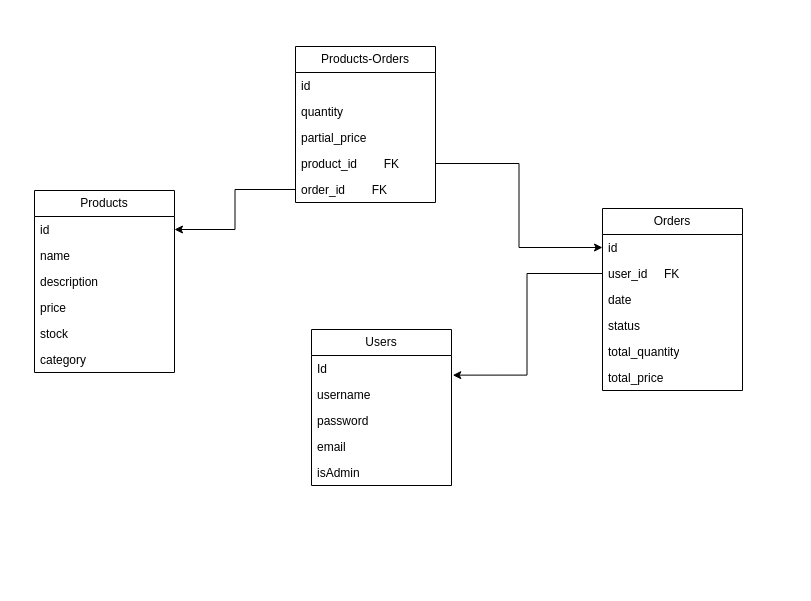
This is musistore.drawio from rodrigomero/java-sinc, a draw.io file, before an edit. Source tidied: cells renumbered, new cells numbered last; positions are measured from the earlier drawing's top-left corner, leaving out a move shared by most shapes. Both pictures are drawn from the tidied source at 100%, with x=0, y=0 at pixel (34, 46).
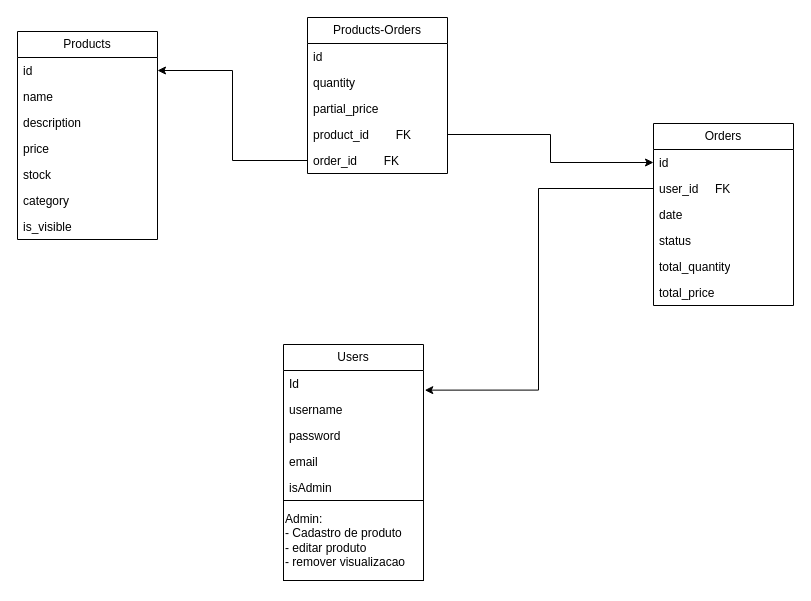
Above is the later version.

What changed in the source:
```diff
@@
     <mxCell id="2" value="Products" style="swimlane;fontStyle=0;horizontal=1;startSize=26;fillColor=none;whiteSpace=wrap;html=1;" parent="1" vertex="1">
-      <mxGeometry y="144" width="140" height="182" as="geometry" />
+      <mxGeometry x="-17" y="-15" width="140" height="208" as="geometry" />
     </mxCell>
@@
+    <mxCell id="31" value="&lt;div&gt;is_visible&lt;/div&gt;" style="text;strokeColor=none;fillColor=none;align=left;verticalAlign=top;spacingLeft=4;spacingRight=4;overflow=hidden;whiteSpace=wrap;html=1;" parent="2" vertex="1">
+      <mxGeometry y="182" width="140" height="26" as="geometry" />
+    </mxCell>
     <mxCell id="9" value="Orders" style="swimlane;fontStyle=0;horizontal=1;startSize=26;fillColor=none;whiteSpace=wrap;html=1;" parent="1" vertex="1">
-      <mxGeometry x="568" y="162" width="140" height="182" as="geometry" />
+      <mxGeometry x="619" y="77" width="140" height="182" as="geometry" />
     </mxCell>
@@
     <mxCell id="16" value="Users" style="swimlane;fontStyle=0;horizontal=1;startSize=26;fillColor=none;whiteSpace=wrap;html=1;" parent="1" vertex="1">
-      <mxGeometry x="277" y="283" width="140" height="156" as="geometry" />
+      <mxGeometry x="249" y="298" width="140" height="236" as="geometry" />
     </mxCell>
@@
+    <mxCell id="32" value="&lt;div&gt;&lt;br&gt;&lt;/div&gt;&lt;div&gt;Admin:&lt;/div&gt;- Cadastro de produto&lt;div&gt;- editar produto&lt;/div&gt;&lt;div&gt;- remover visualizacao&lt;/div&gt;&lt;div&gt;&lt;br&gt;&lt;/div&gt;" style="rounded=0;whiteSpace=wrap;html=1;align=left;" parent="16" vertex="1">
+      <mxGeometry y="156" width="140" height="80" as="geometry" />
+    </mxCell>
     <mxCell id="22" value="Products-Orders" style="swimlane;fontStyle=0;horizontal=1;startSize=26;fillColor=none;whiteSpace=wrap;html=1;" parent="1" vertex="1">
-      <mxGeometry x="261" width="140" height="156" as="geometry" />
+      <mxGeometry x="273" y="-29" width="140" height="156" as="geometry" />
     </mxCell>
```
